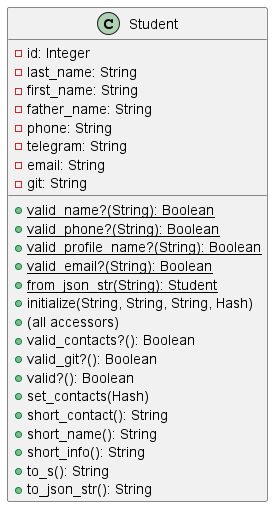
This is Diagrams/lab2.png from r1411/PatternsLabs, a PlantUML export, as it was before one commit. The source it was exported from:
```plantuml
@startuml

class Student {
    -id: Integer
    -last_name: String
    -first_name: String
    -father_name: String
    -phone: String
    -telegram: String
    -email: String
    -git: String
    +{static}valid_name?(String): Boolean
    +{static}valid_phone?(String): Boolean
    +{static}valid_profile_name?(String): Boolean
    +{static}valid_email?(String): Boolean
    +{static}from_json_str(String): Student
    +initialize(String, String, String, Hash)
    +(all accessors)
    +valid_contacts?(): Boolean
    +valid_git?(): Boolean
    +valid?(): Boolean
    +set_contacts(Hash)
    +short_contact(): String
    +short_name(): String
    +short_info(): String
    +to_s(): String
    +to_json_str(): String
}

@enduml
```
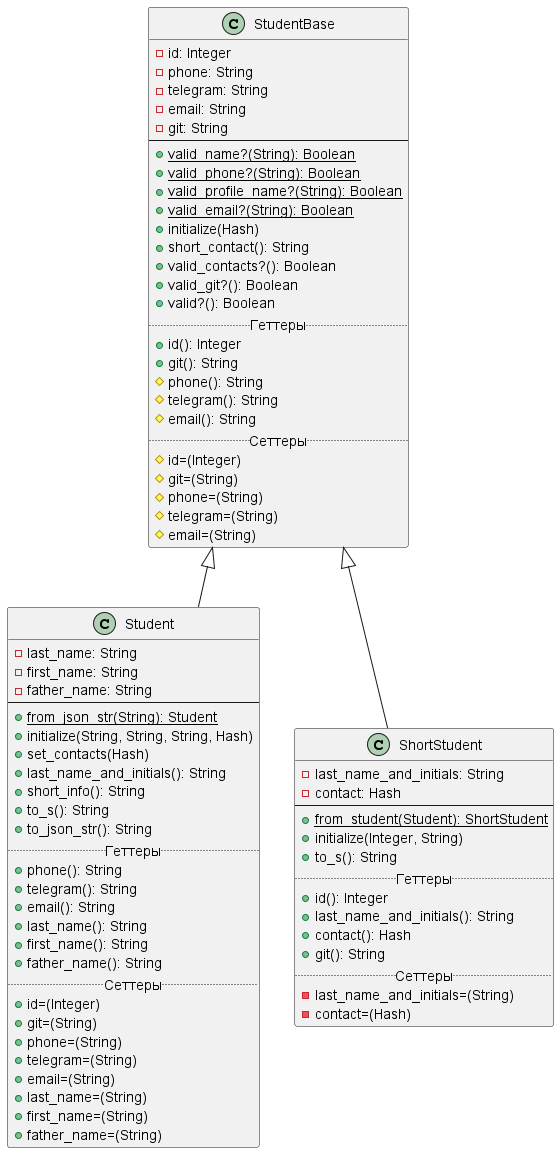
The same diagram one commit later.

Commit message:
Класс ShortStudent, выделение базового класса StudentBase (Задание 2.5)

What changed in the source:
```diff
@@ -1,30 +1,80 @@
 @startuml
 
-class Student {
+class StudentBase {
     -id: Integer
-    -last_name: String
-    -first_name: String
-    -father_name: String
     -phone: String
     -telegram: String
     -email: String
     -git: String
+    --
     +{static}valid_name?(String): Boolean
     +{static}valid_phone?(String): Boolean
     +{static}valid_profile_name?(String): Boolean
     +{static}valid_email?(String): Boolean
-    +{static}from_json_str(String): Student
-    +initialize(String, String, String, Hash)
-    +(all accessors)
+    +initialize(Hash)
+    +short_contact(): String
     +valid_contacts?(): Boolean
     +valid_git?(): Boolean
     +valid?(): Boolean
+    .. Геттеры ..
+    +id(): Integer
+    +git(): String
+    #phone(): String
+    #telegram(): String
+    #email(): String
+    .. Сеттеры ..
+    #id=(Integer)
+    #git=(String)
+    #phone=(String)
+    #telegram=(String)
+    #email=(String)
+}
+
+class Student extends StudentBase {
+    -last_name: String
+    -first_name: String
+    -father_name: String
+    --
+    +{static}from_json_str(String): Student
+    +initialize(String, String, String, Hash)
     +set_contacts(Hash)
-    +short_contact(): String
-    +short_name(): String
+    +last_name_and_initials(): String
     +short_info(): String
     +to_s(): String
     +to_json_str(): String
+    .. Геттеры ..
+    +phone(): String
+    +telegram(): String
+    +email(): String
+    +last_name(): String
+    +first_name(): String
+    +father_name(): String
+    .. Сеттеры ..
+    +id=(Integer)
+    +git=(String)
+    +phone=(String)
+    +telegram=(String)
+    +email=(String)
+    +last_name=(String)
+    +first_name=(String)
+    +father_name=(String)
+}
+
+class ShortStudent extends StudentBase {
+    -last_name_and_initials: String
+    -contact: Hash
+    --
+    +{static}from_student(Student): ShortStudent
+    +initialize(Integer, String)
+    +to_s(): String
+    .. Геттеры ..
+    +id(): Integer
+    +last_name_and_initials(): String
+    +contact(): Hash
+    +git(): String
+    .. Сеттеры ..
+    -last_name_and_initials=(String)
+    -contact=(Hash)
 }
 
 @enduml
```
